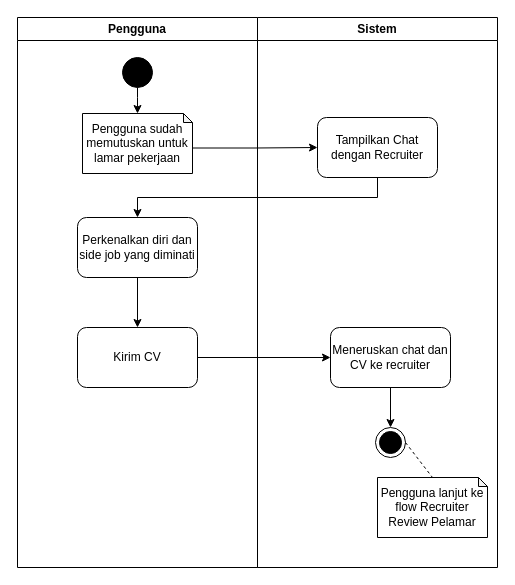
The draw.io diagram page "Page-4" (4 of 5) of Untitled Diagram.drawio in alvina893/drafts--, before the edit. Source tidied: cells renumbered, new cells numbered last; positions are measured from the earlier drawing's top-left corner, leaving out a move shared by most shapes. Both pictures are drawn from the tidied source at 100%, with x=0, y=0 at pixel (17, 17).
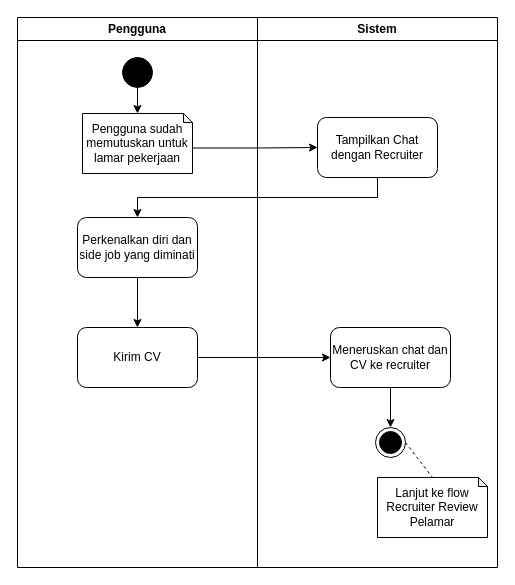
The same page after the edit.

The change refers to these unchanged cells:
```xml
<mxCell id="9" value="Sistem" style="swimlane;whiteSpace=wrap;html=1;" parent="1" vertex="1">
  <mxGeometry x="240" width="240" height="550" as="geometry" />
</mxCell>
```

Diff of the diagram source:
```diff
@@
-    <mxCell id="14" value="Pengguna lanjut ke flow Recruiter Review Pelamar" style="shape=note;whiteSpace=wrap;html=1;backgroundOutline=1;darkOpacity=0.05;size=9;" parent="9" vertex="1">
+    <mxCell id="14" value="Lanjut ke flow Recruiter Review Pelamar" style="shape=note;whiteSpace=wrap;html=1;backgroundOutline=1;darkOpacity=0.05;size=9;" parent="9" vertex="1">
       <mxGeometry x="120" y="460" width="110" height="60" as="geometry" />
     </mxCell>
```
